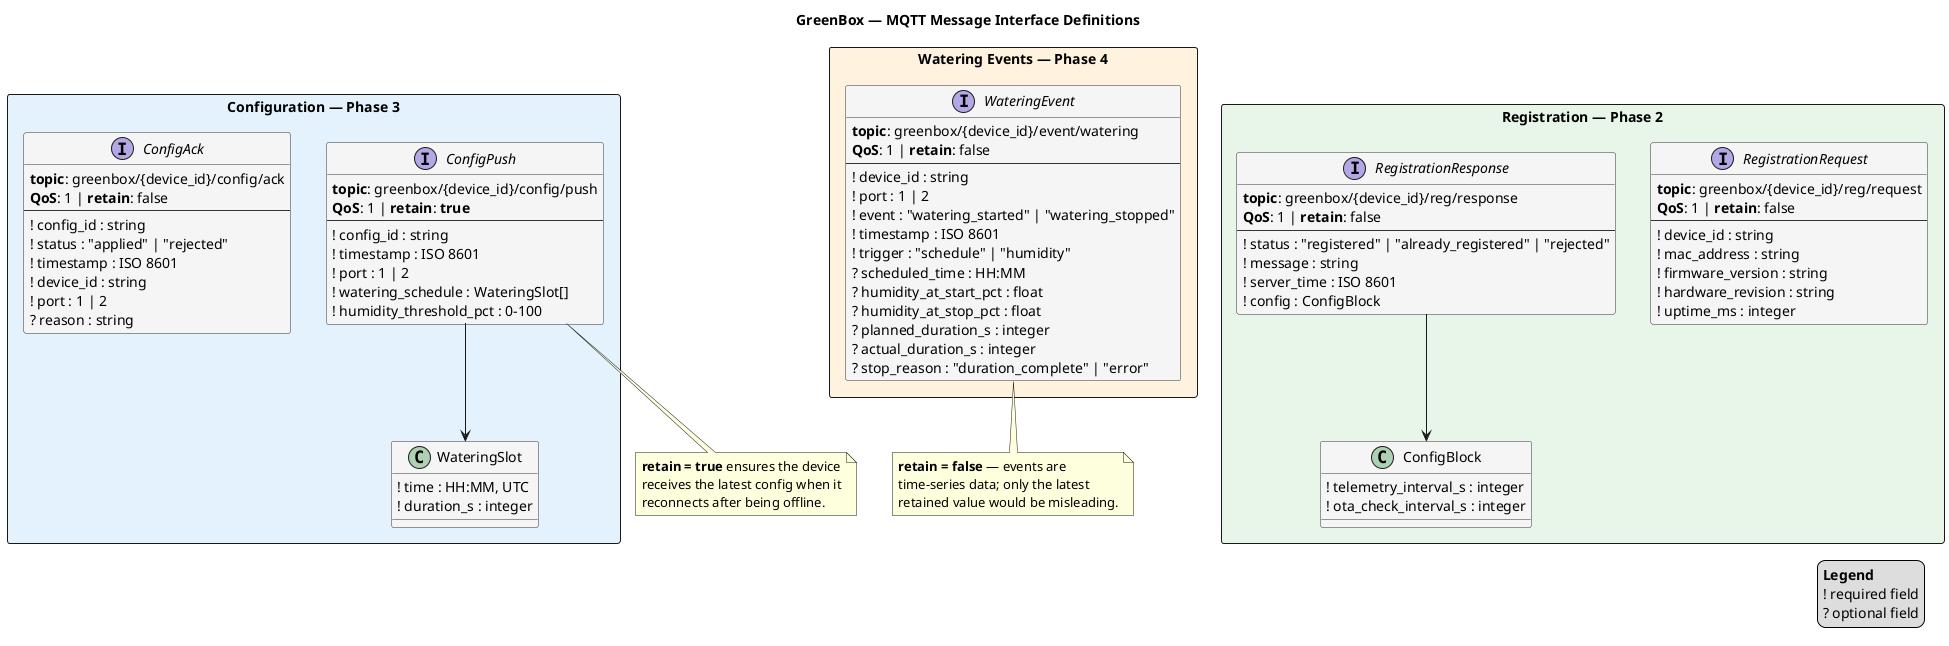
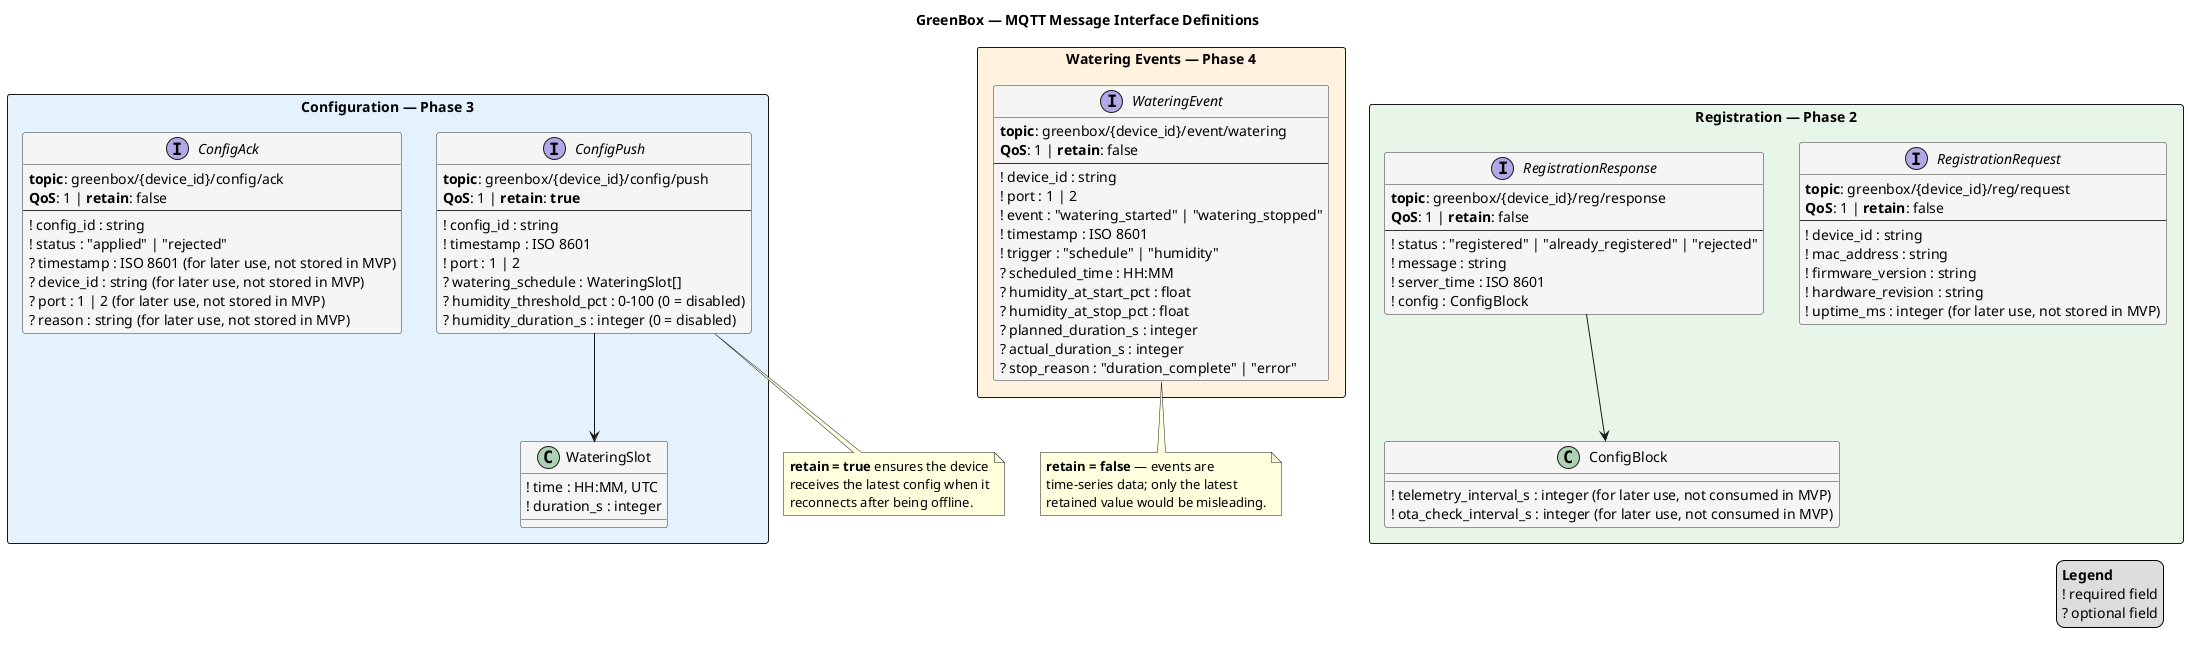
@startuml

title GreenBox — MQTT Message Interface Definitions

skinparam class {
  BackgroundColor #F5F5F5
  BorderColor #333333
}

skinparam package {
  BackgroundColor #FFFFFF
}

package "Registration — Phase 2" <<Rectangle>> #E8F5E9 {

  interface "RegistrationRequest" as RegReq {
    **topic**: greenbox/{device_id}/reg/request
    **QoS**: 1 | **retain**: false
    --
    ! device_id : string
    ! mac_address : string
    ! firmware_version : string
    ! hardware_revision : string
-     ! uptime_ms : integer
+     ! uptime_ms : integer (for later use, not stored in MVP)
  }

  interface "RegistrationResponse" as RegResp {
    **topic**: greenbox/{device_id}/reg/response
    **QoS**: 1 | **retain**: false
    --
    ! status : "registered" | "already_registered" | "rejected"
    ! message : string
    ! server_time : ISO 8601
    ! config : ConfigBlock
  }

  class "ConfigBlock" as CfgBlock {
-     ! telemetry_interval_s : integer
-     ! ota_check_interval_s : integer
+     ! telemetry_interval_s : integer (for later use, not consumed in MVP)
+     ! ota_check_interval_s : integer (for later use, not consumed in MVP)
  }

  RegResp --> CfgBlock
}

package "Configuration — Phase 3" <<Rectangle>> #E3F2FD {

  interface "ConfigPush" as CfgPush {
    **topic**: greenbox/{device_id}/config/push
    **QoS**: 1 | **retain**: **true**
    --
    ! config_id : string
    ! timestamp : ISO 8601
    ! port : 1 | 2
-     ! watering_schedule : WateringSlot[]
-     ! humidity_threshold_pct : 0–100
+     ? watering_schedule : WateringSlot[]
+     ? humidity_threshold_pct : 0–100 (0 = disabled)
+     ? humidity_duration_s : integer (0 = disabled)
  }

  interface "ConfigAck" as CfgAck {
    **topic**: greenbox/{device_id}/config/ack
    **QoS**: 1 | **retain**: false
    --
    ! config_id : string
    ! status : "applied" | "rejected"
-     ! timestamp : ISO 8601
-     ! device_id : string
-     ! port : 1 | 2
-     ? reason : string
+     ? timestamp : ISO 8601 (for later use, not stored in MVP)
+     ? device_id : string (for later use, not stored in MVP)
+     ? port : 1 | 2 (for later use, not stored in MVP)
+     ? reason : string (for later use, not stored in MVP)
  }

  class "WateringSlot" as WSlot {
    ! time : HH:MM, UTC
    ! duration_s : integer
  }

  CfgPush --> WSlot
}

package "Watering Events — Phase 4" <<Rectangle>> #FFF3E0 {

  interface "WateringEvent" as WEvt {
    **topic**: greenbox/{device_id}/event/watering
    **QoS**: 1 | **retain**: false
    --
    ! device_id : string
    ! port : 1 | 2
    ! event : "watering_started" | "watering_stopped"
    ! timestamp : ISO 8601
    ! trigger : "schedule" | "humidity"
    ? scheduled_time : HH:MM
    ? humidity_at_start_pct : float
    ? humidity_at_stop_pct : float
    ? planned_duration_s : integer
    ? actual_duration_s : integer
    ? stop_reason : "duration_complete" | "error"
  }
}

note bottom of CfgPush
  **retain = true** ensures the device
  receives the latest config when it
  reconnects after being offline.
end note

note bottom of WEvt
  **retain = false** — events are
  time-series data; only the latest
  retained value would be misleading.
end note

legend right
  **Legend**
  ! required field
  ? optional field
endlegend

@enduml
